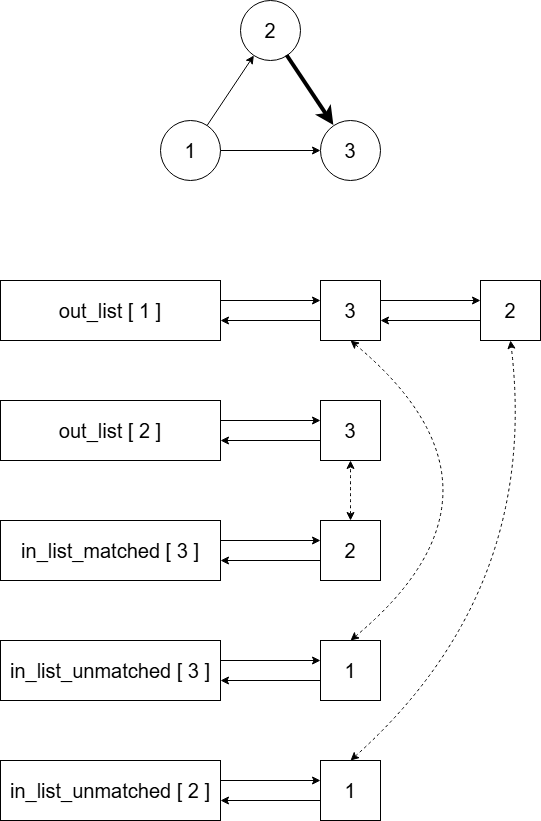
Earlier version of the draw.io export README_Images/maximal_matching.png (rmak05/Representation_of_Graphs_with_Bounded_Arboricity). Source tidied: cells renumbered, new cells last; positions are measured from the earlier drawing's top-left corner, leaving out a move shared by most shapes. Source of this version:
```xml
<mxGraphModel>
  <root>
    <mxCell id="0" />
    <mxCell id="1" parent="0" />
    <mxCell id="2" value="&lt;font style=&quot;font-size: 20px;&quot;&gt;1&lt;/font&gt;" style="ellipse;whiteSpace=wrap;html=1;" parent="1" vertex="1">
      <mxGeometry x="160" y="120" width="60" height="60" as="geometry" />
    </mxCell>
    <mxCell id="3" value="&lt;font style=&quot;font-size: 20px;&quot;&gt;2&lt;/font&gt;" style="ellipse;whiteSpace=wrap;html=1;" parent="1" vertex="1">
      <mxGeometry x="240" width="60" height="60" as="geometry" />
    </mxCell>
    <mxCell id="4" value="&lt;font style=&quot;font-size: 20px;&quot;&gt;3&lt;/font&gt;&lt;span style=&quot;color: rgba(0, 0, 0, 0); font-family: monospace; font-size: 0px; text-align: start; text-wrap-mode: nowrap;&quot;&gt;%3CmxGraphModel%3E%3Croot%3E%3CmxCell%20id%3D%220%22%2F%3E%3CmxCell%20id%3D%221%22%20parent%3D%220%22%2F%3E%3CmxCell%20id%3D%222%22%20parent%3D%221%22%20style%3D%22ellipse%3BwhiteSpace%3Dwrap%3Bhtml%3D1%3Baspect%3Dfixed%3B%22%20value%3D%22%26lt%3Bfont%20style%3D%26quot%3Bfont-size%3A%2020px%3B%26quot%3B%26gt%3B2%26lt%3B%2Ffont%26gt%3B%22%20vertex%3D%221%22%3E%3CmxGeometry%20height%3D%2260%22%20width%3D%2260%22%20x%3D%22320%22%20y%3D%22490%22%20as%3D%22geometry%22%2F%3E%3C%2FmxCell%3E%3C%2Froot%3E%3C%2FmxGraphModel%3E&lt;/span&gt;" style="ellipse;whiteSpace=wrap;html=1;" parent="1" vertex="1">
      <mxGeometry x="320" y="120" width="60" height="60" as="geometry" />
    </mxCell>
    <mxCell id="5" style="endArrow=classic;html=1;rounded=0;strokeWidth=1;" parent="1" edge="1" source="2" target="3">
      <mxGeometry relative="1" as="geometry" />
    </mxCell>
    <mxCell id="6" style="endArrow=classic;html=1;rounded=0;" parent="1" edge="1" source="2" target="4">
      <mxGeometry relative="1" as="geometry" />
    </mxCell>
    <mxCell id="7" style="endArrow=classic;html=1;rounded=0;strokeWidth=4;" parent="1" edge="1" source="3" target="4">
      <mxGeometry relative="1" as="geometry" />
    </mxCell>
    <mxCell id="8" value="&lt;font style=&quot;font-size: 20px;&quot;&gt;3&lt;/font&gt;&lt;span style=&quot;text-wrap-mode: nowrap; color: rgba(0, 0, 0, 0); font-family: monospace; font-size: 0px; text-align: start;&quot;&gt;%3CmxGraphModel%3E%3Croot%3E%3CmxCell%20id%3D%220%22%2F%3E%3CmxCell%20id%3D%221%22%20parent%3D%220%22%2F%3E%3CmxCell%20id%3D%222%22%20parent%3D%221%22%20style%3D%22ellipse%3BwhiteSpace%3Dwrap%3Bhtml%3D1%3Baspect%3Dfixed%3B%22%20value%3D%22%26lt%3Bfont%20style%3D%26quot%3Bfont-size%3A%2020px%3B%26quot%3B%26gt%3B2%26lt%3B%2Ffont%26gt%3B%22%20vertex%3D%221%22%3E%3CmxGeometry%20height%3D%2260%22%20width%3D%2260%22%20x%3D%22320%22%20y%3D%22490%22%20as%3D%22geometry%22%2F%3E%3C%2FmxCell%3E%3C%2Froot%3E%3C%2FmxGraphModel%3E&lt;/span&gt;" style="whiteSpace=wrap;html=1;" parent="1" vertex="1">
      <mxGeometry x="320" y="280" width="60" height="60" as="geometry" />
    </mxCell>
    <mxCell id="9" value="&lt;div style=&quot;text-align: center;&quot;&gt;&lt;span style=&quot;text-align: start; background-color: transparent; font-size: 20px;&quot;&gt;out_list [ 2 ]&lt;/span&gt;&lt;span style=&quot;color: light-dark(rgba(0, 0, 0, 0), rgba(237, 237, 237, 0)); font-family: monospace; font-size: 0px; text-align: start; text-wrap-mode: nowrap; background-color: transparent;&quot;&gt;%3CmxGraphModel%3E%3Croot%3E%3CmxCell%20id%3D%220%22%2F%3E%3CmxCell%20id%3D%221%22%20parent%3D%220%22%2F%3E%3CmxCell%20id%3D%222%22%20parent%3D%221%22%20style%3D%22ellipse%3BwhiteSpace%3Dwrap%3Bhtml%3D1%3Baspect%3Dfixed%3B%22%20value%3D%22%26lt%3Bfont%20style%3D%26quot%3Bfont-size%3A%2020px%3B%26quot%3B%26gt%3B2%26lt%3B%2Ffont%26gt%3B%22%20vertex%3D%221%22%3E%3CmxGeometry%20height%3D%2260%22%20width%3D%2260%22%20x%3D%22320%22%20y%3D%22490%22%20as%3D%22geometry%22%2F%3E%3C%2FmxCell%3E%3C%2Froot%3E%3C%2FmxGraphModel%3Ed&lt;/span&gt;&lt;/div&gt;" style="rounded=0;whiteSpace=wrap;html=1;" parent="1" vertex="1">
      <mxGeometry y="400" width="220" height="60" as="geometry" />
    </mxCell>
    <mxCell id="10" value="&lt;div style=&quot;text-align: center;&quot;&gt;&lt;span style=&quot;text-align: start; background-color: transparent; font-size: 20px;&quot;&gt;in_list_matched [ 3 ]&lt;/span&gt;&lt;span style=&quot;color: light-dark(rgba(0, 0, 0, 0), rgba(237, 237, 237, 0)); font-family: monospace; font-size: 0px; text-align: start; text-wrap-mode: nowrap; background-color: transparent;&quot;&gt;%3CmxGraphModel%3E%3Croot%3E%3CmxCell%20id%3D%220%22%2F%3E%3CmxCell%20id%3D%221%22%20parent%3D%220%22%2F%3E%3CmxCell%20id%3D%222%22%20parent%3D%221%22%20style%3D%22ellipse%3BwhiteSpace%3Dwrap%3Bhtml%3D1%3Baspect%3Dfixed%3B%22%20value%3D%22%26lt%3Bfont%20style%3D%26quot%3Bfont-size%3A%2020px%3B%26quot%3B%26gt%3B2%26lt%3B%2Ffont%26gt%3B%22%20vertex%3D%221%22%3E%3CmxGeometry%20height%3D%2260%22%20width%3D%2260%22%20x%3D%22320%22%20y%3D%22490%22%20as%3D%22geometry%22%2F%3E%3C%2FmxCell%3E%3C%2Froot%3E%3C%2FmxGraphModel%3Ed&lt;/span&gt;&lt;/div&gt;" style="rounded=0;whiteSpace=wrap;html=1;" parent="1" vertex="1">
      <mxGeometry y="520" width="220" height="60" as="geometry" />
    </mxCell>
    <mxCell id="11" value="&lt;div style=&quot;text-align: center;&quot;&gt;&lt;span style=&quot;text-align: start; background-color: transparent; font-size: 20px;&quot;&gt;in_list_unmatched [ 3 ]&lt;/span&gt;&lt;span style=&quot;color: light-dark(rgba(0, 0, 0, 0), rgba(237, 237, 237, 0)); font-family: monospace; font-size: 0px; text-align: start; text-wrap-mode: nowrap; background-color: transparent;&quot;&gt;%3CmxGraphModel%3E%3Croot%3E%3CmxCell%20id%3D%220%22%2F%3E%3CmxCell%20id%3D%221%22%20parent%3D%220%22%2F%3E%3CmxCell%20id%3D%222%22%20parent%3D%221%22%20style%3D%22ellipse%3BwhiteSpace%3Dwrap%3Bhtml%3D1%3Baspect%3Dfixed%3B%22%20value%3D%22%26lt%3Bfont%20style%3D%26quot%3Bfont-size%3A%2020px%3B%26quot%3B%26gt%3B2%26lt%3B%2Ffont%26gt%3B%22%20vertex%3D%221%22%3E%3CmxGeometry%20height%3D%2260%22%20width%3D%2260%22%20x%3D%22320%22%20y%3D%22490%22%20as%3D%22geometry%22%2F%3E%3C%2FmxCell%3E%3C%2Froot%3E%3C%2FmxGraphModel%3Ed&lt;/span&gt;&lt;/div&gt;" style="rounded=0;whiteSpace=wrap;html=1;" parent="1" vertex="1">
      <mxGeometry y="640" width="220" height="60" as="geometry" />
    </mxCell>
    <mxCell id="12" value="&lt;div style=&quot;text-align: center;&quot;&gt;&lt;span style=&quot;text-align: start; background-color: transparent; font-size: 20px;&quot;&gt;out_list [ 1 ]&lt;/span&gt;&lt;span style=&quot;color: light-dark(rgba(0, 0, 0, 0), rgba(237, 237, 237, 0)); font-family: monospace; font-size: 0px; text-align: start; text-wrap-mode: nowrap; background-color: transparent;&quot;&gt;%3CmxGraphModel%3E%3Croot%3E%3CmxCell%20id%3D%220%22%2F%3E%3CmxCell%20id%3D%221%22%20parent%3D%220%22%2F%3E%3CmxCell%20id%3D%222%22%20parent%3D%221%22%20style%3D%22ellipse%3BwhiteSpace%3Dwrap%3Bhtml%3D1%3Baspect%3Dfixed%3B%22%20value%3D%22%26lt%3Bfont%20style%3D%26quot%3Bfont-size%3A%2020px%3B%26quot%3B%26gt%3B2%26lt%3B%2Ffont%26gt%3B%22%20vertex%3D%221%22%3E%3CmxGeometry%20height%3D%2260%22%20width%3D%2260%22%20x%3D%22320%22%20y%3D%22490%22%20as%3D%22geometry%22%2F%3E%3C%2FmxCell%3E%3C%2Froot%3E%3C%2FmxGraphModel%3Ed&lt;/span&gt;&lt;/div&gt;" style="rounded=0;whiteSpace=wrap;html=1;" parent="1" vertex="1">
      <mxGeometry y="280" width="220" height="60" as="geometry" />
    </mxCell>
    <mxCell id="13" value="&lt;span style=&quot;font-size: 20px;&quot;&gt;2&lt;/span&gt;" style="whiteSpace=wrap;html=1;" parent="1" vertex="1">
      <mxGeometry x="480" y="280" width="60" height="60" as="geometry" />
    </mxCell>
    <mxCell id="14" value="&lt;font style=&quot;font-size: 20px;&quot;&gt;3&lt;/font&gt;&lt;span style=&quot;text-wrap-mode: nowrap; color: rgba(0, 0, 0, 0); font-family: monospace; font-size: 0px; text-align: start;&quot;&gt;%3CmxGraphModel%3E%3Croot%3E%3CmxCell%20id%3D%220%22%2F%3E%3CmxCell%20id%3D%221%22%20parent%3D%220%22%2F%3E%3CmxCell%20id%3D%222%22%20parent%3D%221%22%20style%3D%22ellipse%3BwhiteSpace%3Dwrap%3Bhtml%3D1%3Baspect%3Dfixed%3B%22%20value%3D%22%26lt%3Bfont%20style%3D%26quot%3Bfont-size%3A%2020px%3B%26quot%3B%26gt%3B2%26lt%3B%2Ffont%26gt%3B%22%20vertex%3D%221%22%3E%3CmxGeometry%20height%3D%2260%22%20width%3D%2260%22%20x%3D%22320%22%20y%3D%22490%22%20as%3D%22geometry%22%2F%3E%3C%2FmxCell%3E%3C%2Froot%3E%3C%2FmxGraphModel%3E&lt;/span&gt;" style="whiteSpace=wrap;html=1;" parent="1" vertex="1">
      <mxGeometry x="320" y="400" width="60" height="60" as="geometry" />
    </mxCell>
    <mxCell id="15" value="&lt;span style=&quot;font-size: 20px;&quot;&gt;2&lt;/span&gt;" style="whiteSpace=wrap;html=1;" parent="1" vertex="1">
      <mxGeometry x="320" y="520" width="60" height="60" as="geometry" />
    </mxCell>
    <mxCell id="16" value="&lt;span style=&quot;font-size: 20px;&quot;&gt;1&lt;/span&gt;" style="whiteSpace=wrap;html=1;" parent="1" vertex="1">
      <mxGeometry x="320" y="640" width="60" height="60" as="geometry" />
    </mxCell>
    <mxCell id="17" style="endArrow=classic;html=1;rounded=0;" parent="1" edge="1">
      <mxGeometry relative="1" as="geometry">
        <mxPoint x="220" y="300" as="sourcePoint" />
        <mxPoint x="320" y="300" as="targetPoint" />
      </mxGeometry>
    </mxCell>
    <mxCell id="18" style="endArrow=classic;html=1;rounded=0;" parent="1" edge="1">
      <mxGeometry relative="1" as="geometry">
        <mxPoint x="220" y="420" as="sourcePoint" />
        <mxPoint x="320" y="420" as="targetPoint" />
      </mxGeometry>
    </mxCell>
    <mxCell id="19" style="endArrow=classic;html=1;rounded=0;" parent="1" edge="1">
      <mxGeometry relative="1" as="geometry">
        <mxPoint x="220" y="540" as="sourcePoint" />
        <mxPoint x="320" y="540" as="targetPoint" />
      </mxGeometry>
    </mxCell>
    <mxCell id="20" style="endArrow=classic;html=1;rounded=0;" parent="1" edge="1">
      <mxGeometry relative="1" as="geometry">
        <mxPoint x="220" y="660" as="sourcePoint" />
        <mxPoint x="320" y="660" as="targetPoint" />
      </mxGeometry>
    </mxCell>
    <mxCell id="21" style="endArrow=classic;html=1;rounded=0;" parent="1" edge="1">
      <mxGeometry relative="1" as="geometry">
        <mxPoint x="320" y="680" as="sourcePoint" />
        <mxPoint x="220" y="680" as="targetPoint" />
      </mxGeometry>
    </mxCell>
    <mxCell id="22" style="endArrow=classic;html=1;rounded=0;" parent="1" edge="1">
      <mxGeometry relative="1" as="geometry">
        <mxPoint x="380" y="300" as="sourcePoint" />
        <mxPoint x="480" y="300" as="targetPoint" />
      </mxGeometry>
    </mxCell>
    <mxCell id="23" style="endArrow=classic;html=1;rounded=0;" parent="1" edge="1">
      <mxGeometry relative="1" as="geometry">
        <mxPoint x="320" y="560" as="sourcePoint" />
        <mxPoint x="220" y="560" as="targetPoint" />
      </mxGeometry>
    </mxCell>
    <mxCell id="24" style="endArrow=classic;html=1;rounded=0;" parent="1" edge="1">
      <mxGeometry relative="1" as="geometry">
        <mxPoint x="320" y="440" as="sourcePoint" />
        <mxPoint x="220" y="440" as="targetPoint" />
      </mxGeometry>
    </mxCell>
    <mxCell id="25" style="endArrow=classic;html=1;rounded=0;" parent="1" edge="1">
      <mxGeometry relative="1" as="geometry">
        <mxPoint x="320" y="320" as="sourcePoint" />
        <mxPoint x="220" y="320" as="targetPoint" />
      </mxGeometry>
    </mxCell>
    <mxCell id="26" style="endArrow=classic;html=1;rounded=0;" parent="1" edge="1">
      <mxGeometry relative="1" as="geometry">
        <mxPoint x="480" y="320" as="sourcePoint" />
        <mxPoint x="380" y="320" as="targetPoint" />
      </mxGeometry>
    </mxCell>
    <mxCell id="27" style="endArrow=classic;startArrow=classic;html=1;rounded=0;curved=1;dashed=1;exitX=0.5;exitY=0;exitDx=0;exitDy=0;entryX=0.5;entryY=1;entryDx=0;entryDy=0;" parent="1" edge="1" source="16" target="8">
      <mxGeometry relative="1" as="geometry">
        <Array as="points">
          <mxPoint x="530" y="490" />
        </Array>
      </mxGeometry>
    </mxCell>
    <mxCell id="28" style="endArrow=classic;startArrow=classic;html=1;rounded=0;curved=1;dashed=1;" parent="1" edge="1" source="15" target="14">
      <mxGeometry relative="1" as="geometry" />
    </mxCell>
    <mxCell id="29" value="&lt;div style=&quot;text-align: center;&quot;&gt;&lt;span style=&quot;text-align: start; background-color: transparent; font-size: 20px;&quot;&gt;in_list_unmatched [ 2 ]&lt;/span&gt;&lt;span style=&quot;color: light-dark(rgba(0, 0, 0, 0), rgba(237, 237, 237, 0)); font-family: monospace; font-size: 0px; text-align: start; text-wrap-mode: nowrap; background-color: transparent;&quot;&gt;%3CmxGraphModel%3E%3Croot%3E%3CmxCell%20id%3D%220%22%2F%3E%3CmxCell%20id%3D%221%22%20parent%3D%220%22%2F%3E%3CmxCell%20id%3D%222%22%20parent%3D%221%22%20style%3D%22ellipse%3BwhiteSpace%3Dwrap%3Bhtml%3D1%3Baspect%3Dfixed%3B%22%20value%3D%22%26lt%3Bfont%20style%3D%26quot%3Bfont-size%3A%2020px%3B%26quot%3B%26gt%3B2%26lt%3B%2Ffont%26gt%3B%22%20vertex%3D%221%22%3E%3CmxGeometry%20height%3D%2260%22%20width%3D%2260%22%20x%3D%22320%22%20y%3D%22490%22%20as%3D%22geometry%22%2F%3E%3C%2FmxCell%3E%3C%2Froot%3E%3C%2FmxGraphModel%3Ed&lt;/span&gt;&lt;/div&gt;" style="rounded=0;whiteSpace=wrap;html=1;" parent="1" vertex="1">
      <mxGeometry y="760" width="220" height="60" as="geometry" />
    </mxCell>
    <mxCell id="30" value="&lt;span style=&quot;font-size: 20px;&quot;&gt;1&lt;/span&gt;" style="whiteSpace=wrap;html=1;" parent="1" vertex="1">
      <mxGeometry x="320" y="760" width="60" height="60" as="geometry" />
    </mxCell>
    <mxCell id="31" style="endArrow=classic;html=1;rounded=0;" parent="1" edge="1">
      <mxGeometry relative="1" as="geometry">
        <mxPoint x="220" y="780" as="sourcePoint" />
        <mxPoint x="320" y="780" as="targetPoint" />
      </mxGeometry>
    </mxCell>
    <mxCell id="32" style="endArrow=classic;html=1;rounded=0;" parent="1" edge="1">
      <mxGeometry relative="1" as="geometry">
        <mxPoint x="320" y="800" as="sourcePoint" />
        <mxPoint x="220" y="800" as="targetPoint" />
      </mxGeometry>
    </mxCell>
    <mxCell id="33" style="endArrow=classic;startArrow=classic;html=1;rounded=0;curved=1;dashed=1;exitX=0.5;exitY=0;exitDx=0;exitDy=0;entryX=0.5;entryY=1;entryDx=0;entryDy=0;" parent="1" edge="1" source="30" target="13">
      <mxGeometry relative="1" as="geometry">
        <Array as="points">
          <mxPoint x="540" y="590" />
        </Array>
      </mxGeometry>
    </mxCell>
  </root>
</mxGraphModel>
```
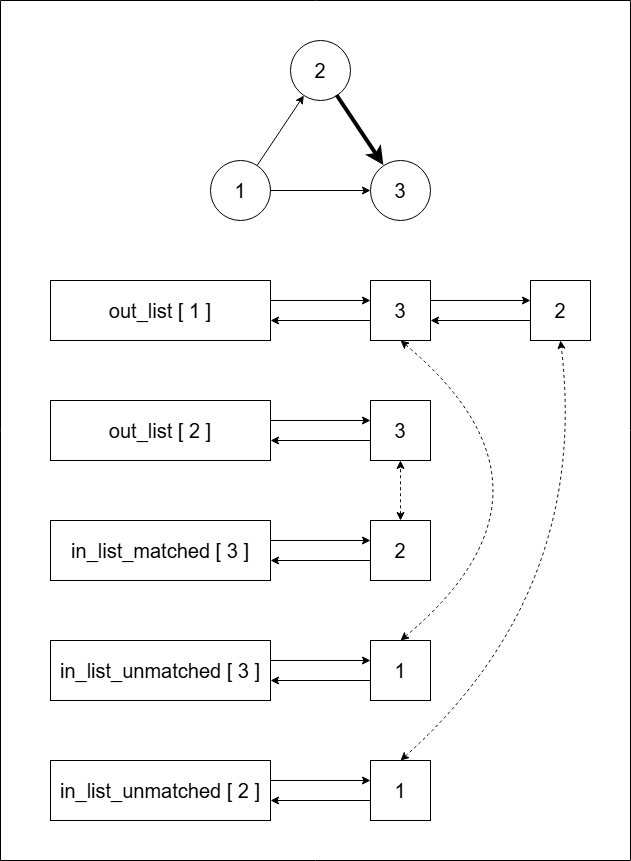
After the change.

What changed in the source:
```diff
@@ -3,13 +3,13 @@
     <mxCell id="0" />
     <mxCell id="1" parent="0" />
     <mxCell id="2" value="&lt;font style=&quot;font-size: 20px;&quot;&gt;1&lt;/font&gt;" style="ellipse;whiteSpace=wrap;html=1;" parent="1" vertex="1">
-      <mxGeometry x="160" y="120" width="60" height="60" as="geometry" />
+      <mxGeometry x="160" y="160" width="60" height="60" as="geometry" />
     </mxCell>
     <mxCell id="3" value="&lt;font style=&quot;font-size: 20px;&quot;&gt;2&lt;/font&gt;" style="ellipse;whiteSpace=wrap;html=1;" parent="1" vertex="1">
-      <mxGeometry x="240" width="60" height="60" as="geometry" />
+      <mxGeometry x="240" y="40" width="60" height="60" as="geometry" />
     </mxCell>
     <mxCell id="4" value="&lt;font style=&quot;font-size: 20px;&quot;&gt;3&lt;/font&gt;&lt;span style=&quot;color: rgba(0, 0, 0, 0); font-family: monospace; font-size: 0px; text-align: start; text-wrap-mode: nowrap;&quot;&gt;%3CmxGraphModel%3E%3Croot%3E%3CmxCell%20id%3D%220%22%2F%3E%3CmxCell%20id%3D%221%22%20parent%3D%220%22%2F%3E%3CmxCell%20id%3D%222%22%20parent%3D%221%22%20style%3D%22ellipse%3BwhiteSpace%3Dwrap%3Bhtml%3D1%3Baspect%3Dfixed%3B%22%20value%3D%22%26lt%3Bfont%20style%3D%26quot%3Bfont-size%3A%2020px%3B%26quot%3B%26gt%3B2%26lt%3B%2Ffont%26gt%3B%22%20vertex%3D%221%22%3E%3CmxGeometry%20height%3D%2260%22%20width%3D%2260%22%20x%3D%22320%22%20y%3D%22490%22%20as%3D%22geometry%22%2F%3E%3C%2FmxCell%3E%3C%2Froot%3E%3C%2FmxGraphModel%3E&lt;/span&gt;" style="ellipse;whiteSpace=wrap;html=1;" parent="1" vertex="1">
-      <mxGeometry x="320" y="120" width="60" height="60" as="geometry" />
+      <mxGeometry x="320" y="160" width="60" height="60" as="geometry" />
     </mxCell>
     <mxCell id="5" style="endArrow=classic;html=1;rounded=0;strokeWidth=1;" parent="1" edge="1" source="2" target="3">
       <mxGeometry relative="1" as="geometry" />
@@ -142,5 +142,8 @@
         </Array>
       </mxGeometry>
     </mxCell>
+    <mxCell id="34" style="swimlane;startSize=0;" parent="1" vertex="1">
+      <mxGeometry x="-50" width="630" height="860" as="geometry" />
+    </mxCell>
   </root>
 </mxGraphModel>
```
